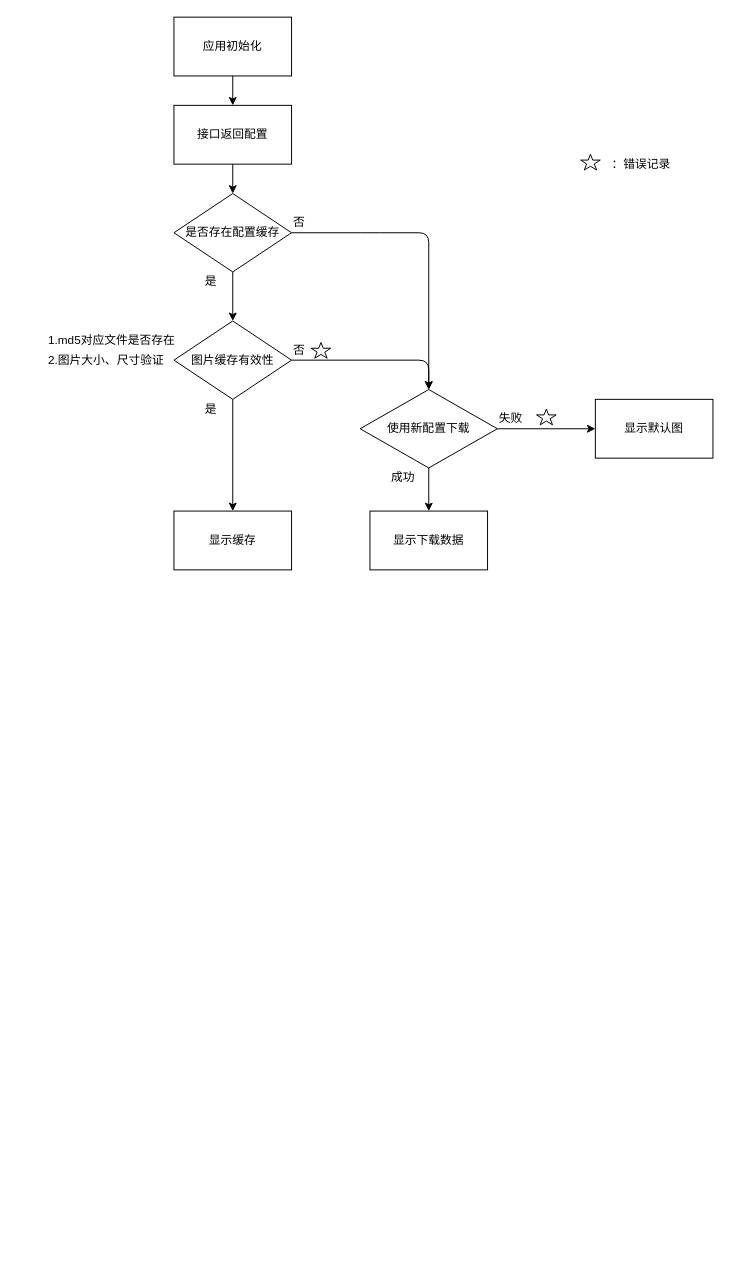
Above: Untitled Diagram.drawio in 666luyong/Diagram (draw.io), before the change. Source tidied: cells renumbered, new cells numbered last; positions are measured from the earlier drawing's top-left corner, leaving out a move shared by most shapes. Both pictures are drawn from the tidied source at 98%, with x=0, y=0 at pixel (46, 17).
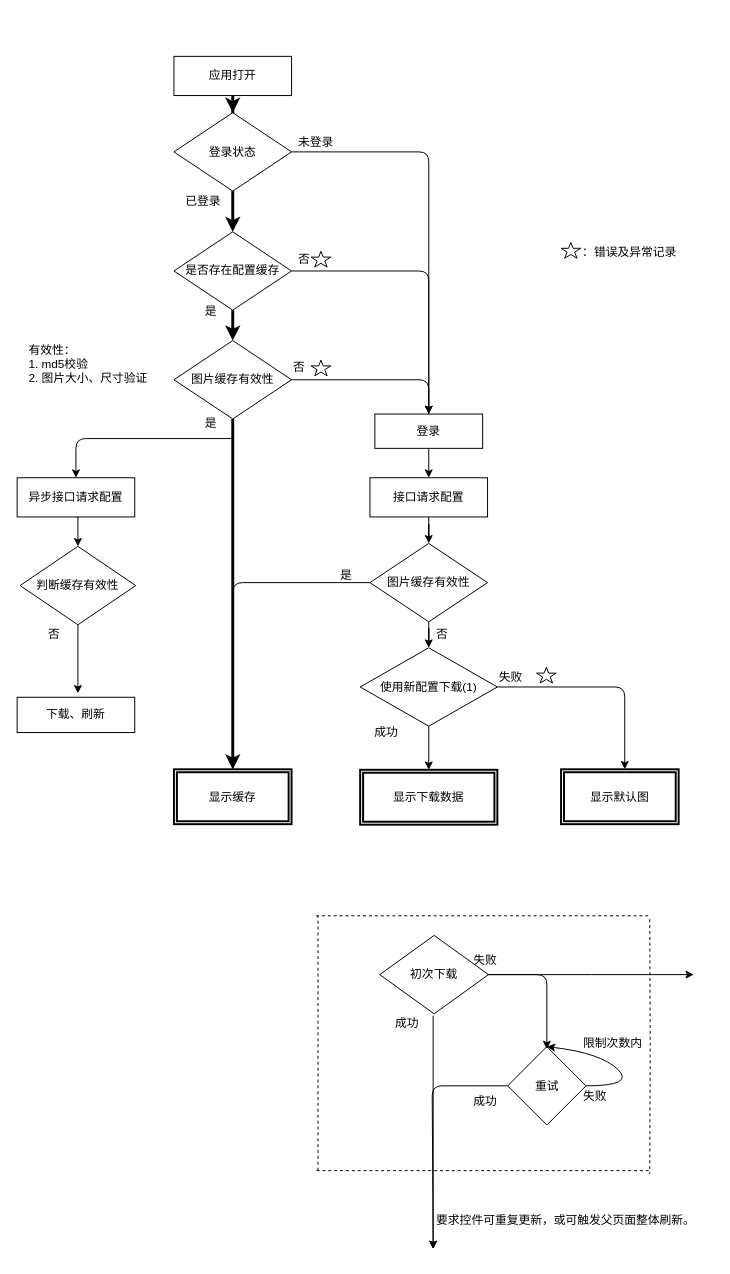
The same page after the edit.

Diff of the diagram source:
```diff
@@
+    <mxCell id="31" style="edgeStyle=orthogonalEdgeStyle;rounded=0;jettySize=auto;html=1;entryX=0.5;entryY=0;entryDx=0;entryDy=0;strokeWidth=3;" parent="1" edge="1" source="2" target="33">
+      <mxGeometry relative="1" as="geometry" />
+    </mxCell>
-    <mxCell id="2" value="应用初始化" style="rounded=0;whiteSpace=wrap;html=1;" parent="1" vertex="1">
-      <mxGeometry x="130" width="120" height="60" as="geometry" />
+    <mxCell id="2" value="应用打开" style="rounded=0;whiteSpace=wrap;html=1;" parent="1" vertex="1">
+      <mxGeometry x="130" y="40" width="120" height="40" as="geometry" />
     </mxCell>
     <mxCell id="3" value="是否存在配置缓存" style="rhombus;whiteSpace=wrap;html=1;" parent="1" vertex="1">
-      <mxGeometry x="130" y="180" width="120" height="80" as="geometry" />
+      <mxGeometry x="130" y="219" width="120" height="80" as="geometry" />
     </mxCell>
-    <mxCell id="4" style="endArrow=classic;html=1;exitX=0.5;exitY=1;exitDx=0;exitDy=0;entryX=0.5;entryY=0;entryDx=0;entryDy=0;" parent="1" edge="1" source="2" target="9">
-      <mxGeometry relative="1" as="geometry" />
-    </mxCell>
-    <mxCell id="5" style="endArrow=classic;html=1;exitX=0.5;exitY=1;exitDx=0;exitDy=0;" parent="1" edge="1" source="3">
-      <mxGeometry relative="1" as="geometry">
-        <mxPoint x="190" y="310" as="targetPoint" />
-      </mxGeometry>
+    <mxCell id="5" style="endArrow=classic;html=1;exitX=0.5;exitY=1;exitDx=0;exitDy=0;entryX=0.5;entryY=0;entryDx=0;entryDy=0;strokeWidth=3;" parent="1" edge="1" source="3" target="11">
+      <mxGeometry relative="1" as="geometry" />
     </mxCell>
     <mxCell id="6" value="是" style="text;html=1;align=left;verticalAlign=top;spacingTop=-4;" parent="1" vertex="1">
-      <mxGeometry x="160" y="260" width="30" height="20" as="geometry" />
+      <mxGeometry x="160" y="290" width="30" height="20" as="geometry" />
     </mxCell>
     <mxCell id="7" value="否" style="text;html=1;align=left;verticalAlign=top;spacingTop=-4;" parent="1" vertex="1">
-      <mxGeometry x="250" y="200" width="30" height="20" as="geometry" />
+      <mxGeometry x="255" y="237" width="30" height="20" as="geometry" />
     </mxCell>
-    <mxCell id="8" style="endArrow=classic;html=1;exitX=1;exitY=0.5;exitDx=0;exitDy=0;entryX=0.5;entryY=0;entryDx=0;entryDy=0;" parent="1" edge="1" source="3" target="17">
+    <mxCell id="8" style="endArrow=classic;html=1;entryX=0.5;entryY=0;entryDx=0;entryDy=0;exitX=1;exitY=0.5;exitDx=0;exitDy=0;" parent="1" edge="1" source="3">
       <mxGeometry relative="1" as="geometry">
+        <mxPoint x="390" y="440" as="targetPoint" />
         <Array as="points">
-          <mxPoint x="330" y="220" />
-          <mxPoint x="390" y="220" />
+          <mxPoint x="270" y="259" />
+          <mxPoint x="330" y="259" />
+          <mxPoint x="390" y="259" />
         </Array>
       </mxGeometry>
     </mxCell>
-    <mxCell id="9" value="接口返回配置" style="rounded=0;whiteSpace=wrap;html=1;" parent="1" vertex="1">
-      <mxGeometry x="130" y="90" width="120" height="60" as="geometry" />
-    </mxCell>
-    <mxCell id="10" style="endArrow=classic;html=1;exitX=0.5;exitY=1;exitDx=0;exitDy=0;entryX=0.5;entryY=0;entryDx=0;entryDy=0;" parent="1" edge="1" source="9" target="3">
-      <mxGeometry relative="1" as="geometry" />
-    </mxCell>
+    <mxCell id="13" style="edgeStyle=orthogonalEdgeStyle;rounded=0;jettySize=auto;html=1;entryX=0.5;entryY=0;entryDx=0;entryDy=0;strokeWidth=3;" parent="1" edge="1" source="11" target="14">
+      <mxGeometry relative="1" as="geometry" />
+    </mxCell>
     <mxCell id="11" value="图片缓存有效性" style="rhombus;whiteSpace=wrap;html=1;" parent="1" vertex="1">
-      <mxGeometry x="130" y="310" width="120" height="80" as="geometry" />
+      <mxGeometry x="130" y="330" width="120" height="80" as="geometry" />
     </mxCell>
     <mxCell id="12" value="否" style="text;html=1;align=left;verticalAlign=top;spacingTop=-4;" parent="1" vertex="1">
-      <mxGeometry x="250" y="330" width="30" height="20" as="geometry" />
+      <mxGeometry x="250" y="348" width="30" height="20" as="geometry" />
     </mxCell>
-    <mxCell id="13" style="endArrow=classic;html=1;exitX=0.5;exitY=1;exitDx=0;exitDy=0;entryX=0.5;entryY=0;entryDx=0;entryDy=0;" parent="1" edge="1" source="11" target="14">
-      <mxGeometry relative="1" as="geometry" />
-    </mxCell>
-    <mxCell id="14" value="显示缓存" style="rounded=0;whiteSpace=wrap;html=1;" parent="1" vertex="1">
-      <mxGeometry x="130" y="504" width="120" height="60" as="geometry" />
-    </mxCell>
-    <mxCell id="15" style="edgeStyle=orthogonalEdgeStyle;rounded=0;jettySize=auto;html=1;entryX=0;entryY=0.5;entryDx=0;entryDy=0;" parent="1" edge="1" source="17" target="23">
-      <mxGeometry relative="1" as="geometry" />
-    </mxCell>
@@
-    <mxCell id="17" value="使用新配置下载" style="rhombus;whiteSpace=wrap;html=1;" parent="1" vertex="1">
-      <mxGeometry x="320" y="380" width="140" height="80" as="geometry" />
+    <mxCell id="17" value="使用新配置下载(1)" style="rhombus;whiteSpace=wrap;html=1;" parent="1" vertex="1">
+      <mxGeometry x="320" y="643.5" width="140" height="80" as="geometry" />
     </mxCell>
     <mxCell id="18" value="成功" style="text;html=1;align=left;verticalAlign=top;spacingTop=-4;" parent="1" vertex="1">
-      <mxGeometry x="350" y="460" width="40" height="20" as="geometry" />
+      <mxGeometry x="333" y="720" width="40" height="20" as="geometry" />
     </mxCell>
     <mxCell id="19" value="失败&amp;nbsp;" style="text;html=1;align=left;verticalAlign=top;spacingTop=-4;" parent="1" vertex="1">
-      <mxGeometry x="460" y="400" width="40" height="20" as="geometry" />
+      <mxGeometry x="460" y="663.5" width="40" height="20" as="geometry" />
     </mxCell>
-    <mxCell id="20" style="endArrow=classic;html=1;exitX=1;exitY=0.5;exitDx=0;exitDy=0;entryX=0.5;entryY=0;entryDx=0;entryDy=0;" parent="1" edge="1" source="11" target="17">
+    <mxCell id="20" style="endArrow=classic;html=1;exitX=1;exitY=0.5;exitDx=0;exitDy=0;entryX=0.5;entryY=0;entryDx=0;entryDy=0;" parent="1" edge="1" source="11" target="38">
       <mxGeometry relative="1" as="geometry">
         <Array as="points">
-          <mxPoint x="390" y="350" />
+          <mxPoint x="390" y="370" />
         </Array>
       </mxGeometry>
     </mxCell>
-    <mxCell id="21" style="edgeStyle=orthogonalEdgeStyle;rounded=0;orthogonalLoop=1;jettySize=auto;html=1;exitX=0.5;exitY=1;exitDx=0;exitDy=0;" parent="1" edge="1" source="17" target="17">
-      <mxGeometry relative="1" as="geometry" />
-    </mxCell>
     <mxCell id="22" value="是" style="text;html=1;align=left;verticalAlign=top;spacingTop=-4;" parent="1" vertex="1">
-      <mxGeometry x="160" y="390" width="30" height="20" as="geometry" />
+      <mxGeometry x="160" y="405" width="30" height="20" as="geometry" />
     </mxCell>
-    <mxCell id="23" value="显示默认图" style="rounded=0;whiteSpace=wrap;html=1;" parent="1" vertex="1">
-      <mxGeometry x="560" y="390" width="120" height="60" as="geometry" />
-    </mxCell>
-    <mxCell id="24" value="显示下载数据" style="rounded=0;whiteSpace=wrap;html=1;" parent="1" vertex="1">
-      <mxGeometry x="330" y="504" width="120" height="60" as="geometry" />
-    </mxCell>
-    <mxCell id="25" value="1.md5对应文件是否存在" style="text;html=1;align=left;verticalAlign=top;spacingTop=-4;" parent="1" vertex="1">
-      <mxGeometry y="320" width="140" height="20" as="geometry" />
+    <mxCell id="25" value="有效性：&lt;br&gt;1. md5校验&lt;br&gt;2. 图片大小、尺寸验证" style="text;html=1;align=left;verticalAlign=top;spacingTop=-4;" parent="1" vertex="1">
+      <mxGeometry x="-20" y="330" width="140" height="40" as="geometry" />
     </mxCell>
-    <mxCell id="26" value="2.图片大小、尺寸验证" style="text;html=1;align=left;verticalAlign=top;spacingTop=-4;" parent="1" vertex="1">
-      <mxGeometry y="340" width="130" height="20" as="geometry" />
-    </mxCell>
     <mxCell id="27" style="verticalLabelPosition=bottom;verticalAlign=top;html=1;shape=mxgraph.basic.star;" parent="1" vertex="1">
-      <mxGeometry x="500" y="400" width="20" height="16" as="geometry" />
+      <mxGeometry x="500" y="663.5" width="20" height="16" as="geometry" />
     </mxCell>
     <mxCell id="28" style="verticalLabelPosition=bottom;verticalAlign=top;html=1;shape=mxgraph.basic.star;" parent="1" vertex="1">
-      <mxGeometry x="270" y="332" width="20" height="16" as="geometry" />
+      <mxGeometry x="270" y="350" width="20" height="16" as="geometry" />
     </mxCell>
     <mxCell id="29" style="verticalLabelPosition=bottom;verticalAlign=top;html=1;shape=mxgraph.basic.star;" parent="1" vertex="1">
-      <mxGeometry x="545" y="140" width="20" height="16" as="geometry" />
+      <mxGeometry x="525" y="230" width="20" height="16" as="geometry" />
     </mxCell>
-    <mxCell id="30" value="：错误记录" style="text;html=1;align=left;verticalAlign=top;spacingTop=-4;" parent="1" vertex="1">
-      <mxGeometry x="575" y="140" width="80" height="20" as="geometry" />
+    <mxCell id="30" value="：错误及异常记录" style="text;html=1;align=left;verticalAlign=top;spacingTop=-4;" parent="1" vertex="1">
+      <mxGeometry x="545" y="230" width="110" height="20" as="geometry" />
     </mxCell>
+    <mxCell id="32" style="edgeStyle=orthogonalEdgeStyle;rounded=0;jettySize=auto;html=1;strokeWidth=3;" parent="1" edge="1" source="33" target="3">
+      <mxGeometry relative="1" as="geometry" />
+    </mxCell>
+    <mxCell id="33" value="登录状态" style="rhombus;whiteSpace=wrap;html=1;" parent="1" vertex="1">
+      <mxGeometry x="130" y="97.5" width="120" height="80" as="geometry" />
+    </mxCell>
+    <mxCell id="34" value="未登录" style="text;html=1;align=left;verticalAlign=top;spacingTop=-4;" parent="1" vertex="1">
+      <mxGeometry x="255" y="117.5" width="50" height="20" as="geometry" />
+    </mxCell>
+    <mxCell id="35" value="已登录" style="text;html=1;align=left;verticalAlign=top;spacingTop=-4;" parent="1" vertex="1">
+      <mxGeometry x="140" y="177.5" width="50" height="20" as="geometry" />
+    </mxCell>
+    <mxCell id="36" style="edgeStyle=orthogonalEdgeStyle;rounded=0;jettySize=auto;html=1;entryX=0.5;entryY=0;entryDx=0;entryDy=0;" parent="1" edge="1" source="66" target="17">
+      <mxGeometry relative="1" as="geometry" />
+    </mxCell>
+    <mxCell id="9" value="接口请求配置" style="rounded=0;whiteSpace=wrap;html=1;" parent="1" vertex="1">
+      <mxGeometry x="330" y="470" width="120" height="40" as="geometry" />
+    </mxCell>
+    <mxCell id="37" style="edgeStyle=orthogonalEdgeStyle;rounded=0;jettySize=auto;html=1;exitX=0.5;exitY=1;exitDx=0;exitDy=0;entryX=0.5;entryY=0;entryDx=0;entryDy=0;" parent="1" edge="1" source="38" target="9">
+      <mxGeometry relative="1" as="geometry" />
+    </mxCell>
+    <mxCell id="38" value="登录" style="rounded=0;whiteSpace=wrap;html=1;" parent="1" vertex="1">
+      <mxGeometry x="335" y="405" width="110" height="35" as="geometry" />
+    </mxCell>
+    <mxCell id="39" style="edgeStyle=segmentEdgeStyle;endArrow=classic;html=1;exitX=1;exitY=0.5;exitDx=0;exitDy=0;entryX=0.5;entryY=0;entryDx=0;entryDy=0;" parent="1" edge="1" source="33" target="38">
+      <mxGeometry relative="1" as="geometry">
+        <Array as="points">
+          <mxPoint x="390" y="138" />
+        </Array>
+      </mxGeometry>
+    </mxCell>
+    <mxCell id="40" style="verticalLabelPosition=bottom;verticalAlign=top;html=1;shape=mxgraph.basic.star;" parent="1" vertex="1">
+      <mxGeometry x="270" y="239" width="20" height="16" as="geometry" />
+    </mxCell>
+    <mxCell id="41" style="edgeStyle=segmentEdgeStyle;endArrow=classic;html=1;exitX=1;exitY=0.5;exitDx=0;exitDy=0;entryX=0.5;entryY=0;entryDx=0;entryDy=0;" parent="1" edge="1" source="17">
+      <mxGeometry relative="1" as="geometry">
+        <mxPoint x="590" y="767.5" as="targetPoint" />
+      </mxGeometry>
+    </mxCell>
+    <mxCell id="42" style="edgeStyle=orthogonalEdgeStyle;rounded=0;jettySize=auto;html=1;exitX=0.5;exitY=1;exitDx=0;exitDy=0;entryX=0.5;entryY=0;entryDx=0;entryDy=0;" parent="1" edge="1" source="43" target="45">
+      <mxGeometry relative="1" as="geometry" />
+    </mxCell>
+    <mxCell id="43" value="异步接口请求配置" style="rounded=0;whiteSpace=wrap;html=1;" parent="1" vertex="1">
+      <mxGeometry x="-30" y="470" width="120" height="40" as="geometry" />
+    </mxCell>
+    <mxCell id="44" style="edgeStyle=orthogonalEdgeStyle;rounded=0;jettySize=auto;html=1;" parent="1" edge="1" source="45">
+      <mxGeometry relative="1" as="geometry">
+        <mxPoint x="32" y="690" as="targetPoint" />
+      </mxGeometry>
+    </mxCell>
+    <mxCell id="45" value="判断缓存有效性" style="rhombus;whiteSpace=wrap;html=1;" parent="1" vertex="1">
+      <mxGeometry x="-27" y="540" width="118" height="80" as="geometry" />
+    </mxCell>
+    <mxCell id="46" value="下载、刷新" style="rounded=0;whiteSpace=wrap;html=1;" parent="1" vertex="1">
+      <mxGeometry x="-30" y="694" width="120" height="36" as="geometry" />
+    </mxCell>
+    <mxCell id="47" value="否" style="text;html=1;align=left;verticalAlign=top;spacingTop=-4;" parent="1" vertex="1">
+      <mxGeometry y="620" width="30" height="20" as="geometry" />
+    </mxCell>
+    <mxCell id="48" style="edgeStyle=segmentEdgeStyle;endArrow=classic;html=1;" parent="1" edge="1" target="43">
+      <mxGeometry relative="1" as="geometry">
+        <mxPoint x="190" y="430" as="sourcePoint" />
+      </mxGeometry>
+    </mxCell>
+    <mxCell id="14" value="显示缓存" style="shape=ext;double=1;rounded=0;whiteSpace=wrap;html=1;strokeWidth=2;" parent="1" vertex="1">
+      <mxGeometry x="130" y="767.5" width="120" height="56" as="geometry" />
+    </mxCell>
+    <mxCell id="24" value="显示下载数据" style="shape=ext;double=1;rounded=0;whiteSpace=wrap;html=1;strokeWidth=2;" parent="1" vertex="1">
+      <mxGeometry x="320" y="768" width="140" height="56" as="geometry" />
+    </mxCell>
+    <mxCell id="23" value="显示默认图" style="shape=ext;double=1;rounded=0;whiteSpace=wrap;html=1;strokeWidth=2;" parent="1" vertex="1">
+      <mxGeometry x="525" y="767.5" width="120" height="56" as="geometry" />
+    </mxCell>
+    <mxCell id="49" style="edgeStyle=orthogonalEdgeStyle;rounded=0;jettySize=auto;html=1;" parent="1" edge="1" source="50">
+      <mxGeometry relative="1" as="geometry">
+        <mxPoint x="660.5" y="977" as="targetPoint" />
+      </mxGeometry>
+    </mxCell>
+    <mxCell id="50" value="初次下载" style="rhombus;whiteSpace=wrap;html=1;" parent="1" vertex="1">
+      <mxGeometry x="340" y="937" width="111" height="80" as="geometry" />
+    </mxCell>
+    <mxCell id="51" value="重试" style="rhombus;whiteSpace=wrap;html=1;" parent="1" vertex="1">
+      <mxGeometry x="470.5" y="1050.5" width="80" height="80" as="geometry" />
+    </mxCell>
+    <mxCell id="52" value="失败" style="text;html=1;align=left;verticalAlign=top;spacingTop=-4;" parent="1" vertex="1">
+      <mxGeometry x="433.5" y="953" width="40" height="20" as="geometry" />
+    </mxCell>
+    <mxCell id="53" value="成功" style="text;html=1;align=left;verticalAlign=top;spacingTop=-4;" parent="1" vertex="1">
+      <mxGeometry x="433.5" y="1097" width="40" height="20" as="geometry" />
+    </mxCell>
+    <mxCell id="54" style="endArrow=classic;html=1;" parent="1" edge="1">
+      <mxGeometry relative="1" as="geometry">
+        <mxPoint x="450" y="977" as="sourcePoint" />
+        <mxPoint x="510.5" y="1053" as="targetPoint" />
+        <Array as="points">
+          <mxPoint x="510.5" y="977" />
+        </Array>
+      </mxGeometry>
+    </mxCell>
+    <mxCell id="55" style="endArrow=classic;html=1;exitX=0;exitY=0.5;exitDx=0;exitDy=0;" parent="1" edge="1" source="51">
+      <mxGeometry relative="1" as="geometry">
+        <mxPoint x="394.5" y="1257" as="targetPoint" />
+        <Array as="points">
+          <mxPoint x="393.5" y="1090.5" />
+        </Array>
+      </mxGeometry>
+    </mxCell>
+    <mxCell id="56" value="成功" style="text;html=1;points=[];align=left;verticalAlign=top;spacingTop=-4;" parent="1" vertex="1">
+      <mxGeometry x="353.5" y="1017" width="40" height="20" as="geometry" />
+    </mxCell>
+    <mxCell id="57" style="endArrow=none;dashed=1;html=1;" parent="1" edge="1">
+      <mxGeometry relative="1" as="geometry">
+        <mxPoint x="275" y="917" as="sourcePoint" />
+        <mxPoint x="615.5" y="917" as="targetPoint" />
+      </mxGeometry>
+    </mxCell>
+    <mxCell id="58" style="endArrow=none;dashed=1;html=1;" parent="1" edge="1">
+      <mxGeometry relative="1" as="geometry">
+        <mxPoint x="275.5" y="1177" as="sourcePoint" />
+        <mxPoint x="615.5" y="1177" as="targetPoint" />
+      </mxGeometry>
+    </mxCell>
+    <mxCell id="59" style="endArrow=none;dashed=1;html=1;" parent="1" edge="1">
+      <mxGeometry relative="1" as="geometry">
+        <mxPoint x="277" y="1177" as="sourcePoint" />
+        <mxPoint x="277" y="917" as="targetPoint" />
+      </mxGeometry>
+    </mxCell>
+    <mxCell id="60" style="endArrow=none;dashed=1;html=1;" parent="1" edge="1">
+      <mxGeometry relative="1" as="geometry">
+        <mxPoint x="615.5" y="920.5" as="sourcePoint" />
+        <mxPoint x="615.5" y="1180.5" as="targetPoint" />
+        <Array as="points">
+          <mxPoint x="616" y="1050.5" />
+        </Array>
+      </mxGeometry>
+    </mxCell>
+    <mxCell id="61" style="endArrow=classic;html=1;exitX=1.025;exitY=0.1;exitDx=0;exitDy=0;exitPerimeter=0;" parent="1" edge="1" source="56">
+      <mxGeometry relative="1" as="geometry">
+        <mxPoint x="394.5" y="1257" as="targetPoint" />
+      </mxGeometry>
+    </mxCell>
+    <mxCell id="62" style="curved=1;endArrow=classic;html=1;entryX=0.5;entryY=0;entryDx=0;entryDy=0;" parent="1" edge="1" target="51">
+      <mxGeometry relative="1" as="geometry">
+        <mxPoint x="550.5" y="1090.5" as="sourcePoint" />
+        <Array as="points">
+          <mxPoint x="600.5" y="1090.5" />
+          <mxPoint x="565.5" y="1057" />
+        </Array>
+      </mxGeometry>
+    </mxCell>
+    <mxCell id="63" value="失败" style="text;html=1;align=left;verticalAlign=top;spacingTop=-4;" parent="1" vertex="1">
+      <mxGeometry x="545.5" y="1090.5" width="40" height="20" as="geometry" />
+    </mxCell>
+    <mxCell id="64" value="要求控件可重复更新，或可触发父页面整体刷新。" style="text;html=1;align=left;verticalAlign=top;spacingTop=-4;" parent="1" vertex="1">
+      <mxGeometry x="395.5" y="1218" width="280" height="20" as="geometry" />
+    </mxCell>
+    <mxCell id="65" value="限制次数内" style="text;html=1;align=left;verticalAlign=top;spacingTop=-4;" parent="1" vertex="1">
+      <mxGeometry x="545.5" y="1037" width="80" height="20" as="geometry" />
+    </mxCell>
+    <mxCell id="66" value="图片缓存有效性" style="rhombus;whiteSpace=wrap;html=1;" parent="1" vertex="1">
+      <mxGeometry x="330" y="537" width="120" height="80" as="geometry" />
+    </mxCell>
+    <mxCell id="67" style="edgeStyle=orthogonalEdgeStyle;rounded=0;jettySize=auto;html=1;entryX=0.5;entryY=0;entryDx=0;entryDy=0;" parent="1" edge="1" source="9" target="66">
+      <mxGeometry relative="1" as="geometry" />
+    </mxCell>
+    <mxCell id="68" value="是" style="text;html=1;align=left;verticalAlign=top;spacingTop=-4;" parent="1" vertex="1">
+      <mxGeometry x="297.5" y="560" width="30" height="20" as="geometry" />
+    </mxCell>
+    <mxCell id="69" value="否" style="text;html=1;align=left;verticalAlign=top;spacingTop=-4;" parent="1" vertex="1">
+      <mxGeometry x="395.5" y="620" width="30" height="20" as="geometry" />
+    </mxCell>
+    <mxCell id="70" style="edgeStyle=segmentEdgeStyle;endArrow=classic;html=1;exitX=0;exitY=0.5;exitDx=0;exitDy=0;entryX=0.5;entryY=0;entryDx=0;entryDy=0;" parent="1" edge="1" source="66" target="14">
+      <mxGeometry relative="1" as="geometry" />
+    </mxCell>
```
